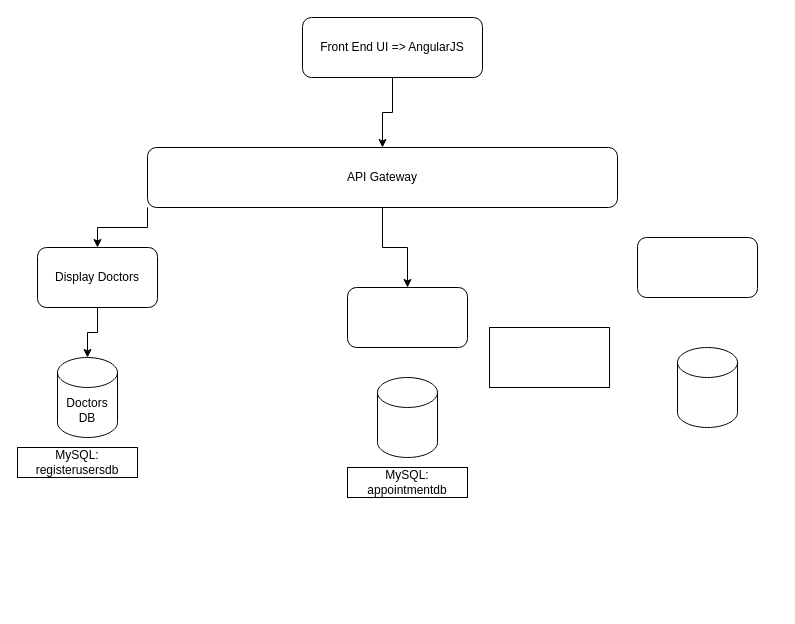
Before: Untitled Diagram.drawio in atheeswaran/Scalable-Services, a draw.io diagram. Source tidied: cells renumbered, new cells numbered last; positions are measured from the earlier drawing's top-left corner, leaving out a move shared by most shapes. Both pictures are drawn from the tidied source at 100%, with x=0, y=0 at pixel (17, 17).
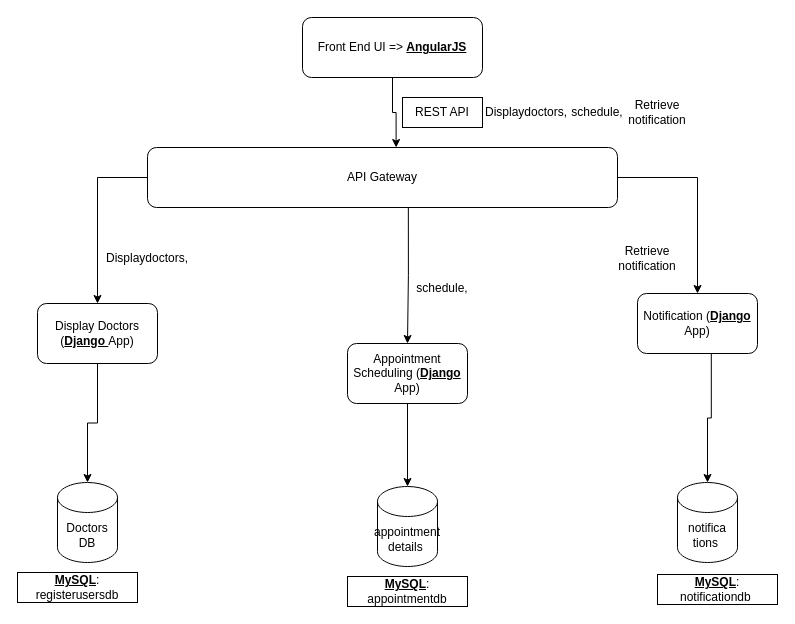
The same page after the edit.

Unchanged cells that the change refers to:
```xml
<mxCell id="7" value="API Gateway" style="rounded=1;whiteSpace=wrap;html=1;" parent="1" vertex="1">
  <mxGeometry x="130" y="130" width="470" height="60" as="geometry" />
</mxCell>
```

What changed in the source:
```diff
@@
-    <mxCell id="3" style="edgeStyle=orthogonalEdgeStyle;rounded=0;jettySize=auto;html=1;" parent="1" edge="1" source="4" target="7">
+    <mxCell id="3" style="edgeStyle=orthogonalEdgeStyle;rounded=0;jettySize=auto;html=1;entryX=0.529;entryY=0;entryDx=0;entryDy=0;entryPerimeter=0;" parent="1" edge="1" source="4" target="7">
       <mxGeometry relative="1" as="geometry" />
     </mxCell>
-    <mxCell id="4" value="Front End UI =&amp;gt; AngularJS" style="rounded=1;whiteSpace=wrap;html=1;" parent="1" vertex="1">
+    <mxCell id="4" value="Front End UI =&amp;gt; &lt;b&gt;&lt;u&gt;AngularJS&lt;/u&gt;&lt;/b&gt;" style="rounded=1;whiteSpace=wrap;html=1;" parent="1" vertex="1">
       <mxGeometry x="285" width="180" height="60" as="geometry" />
     </mxCell>
-    <mxCell id="5" style="edgeStyle=orthogonalEdgeStyle;rounded=0;jettySize=auto;html=1;exitX=0;exitY=1;exitDx=0;exitDy=0;entryX=0.5;entryY=0;entryDx=0;entryDy=0;" parent="1" edge="1" source="7" target="9">
+    <mxCell id="5" style="edgeStyle=orthogonalEdgeStyle;rounded=0;jettySize=auto;html=1;exitX=0;exitY=0.5;exitDx=0;exitDy=0;entryX=0.5;entryY=0;entryDx=0;entryDy=0;" parent="1" edge="1" source="7" target="9">
       <mxGeometry relative="1" as="geometry" />
     </mxCell>
-    <mxCell id="6" style="edgeStyle=orthogonalEdgeStyle;rounded=0;jettySize=auto;html=1;" parent="1" edge="1" source="7" target="10">
+    <mxCell id="6" style="edgeStyle=orthogonalEdgeStyle;rounded=0;jettySize=auto;html=1;exitX=0.555;exitY=0.986;exitDx=0;exitDy=0;exitPerimeter=0;" parent="1" edge="1" source="7" target="10">
       <mxGeometry relative="1" as="geometry" />
     </mxCell>
+    <mxCell id="18" style="edgeStyle=orthogonalEdgeStyle;rounded=0;jettySize=auto;html=1;entryX=0.5;entryY=0;entryDx=0;entryDy=0;" parent="1" edge="1" source="7" target="11">
+      <mxGeometry relative="1" as="geometry" />
+    </mxCell>
@@
-    <mxCell id="9" value="Display Doctors" style="rounded=1;whiteSpace=wrap;html=1;" parent="1" vertex="1">
-      <mxGeometry x="20" y="230" width="120" height="60" as="geometry" />
+    <mxCell id="9" value="Display Doctors (&lt;b&gt;&lt;u&gt;Django &lt;/u&gt;&lt;/b&gt;App)" style="rounded=1;whiteSpace=wrap;html=1;" parent="1" vertex="1">
+      <mxGeometry x="20" y="286" width="120" height="60" as="geometry" />
     </mxCell>
+    <mxCell id="19" style="edgeStyle=orthogonalEdgeStyle;rounded=0;jettySize=auto;html=1;exitX=0.5;exitY=1;exitDx=0;exitDy=0;" parent="1" edge="1" source="10" target="13">
+      <mxGeometry relative="1" as="geometry" />
+    </mxCell>
-    <mxCell id="10" style="rounded=1;whiteSpace=wrap;html=1;" parent="1" vertex="1">
-      <mxGeometry x="330" y="270" width="120" height="60" as="geometry" />
+    <mxCell id="10" value="Appointment Scheduling (&lt;b&gt;&lt;u&gt;Django &lt;/u&gt;&lt;/b&gt;App)" style="rounded=1;whiteSpace=wrap;html=1;" parent="1" vertex="1">
+      <mxGeometry x="330" y="326" width="120" height="60" as="geometry" />
     </mxCell>
+    <mxCell id="20" style="edgeStyle=orthogonalEdgeStyle;rounded=0;jettySize=auto;html=1;exitX=0.615;exitY=0.975;exitDx=0;exitDy=0;exitPerimeter=0;" parent="1" edge="1" source="11" target="14">
+      <mxGeometry relative="1" as="geometry" />
+    </mxCell>
-    <mxCell id="11" style="rounded=1;whiteSpace=wrap;html=1;" parent="1" vertex="1">
-      <mxGeometry x="620" y="220" width="120" height="60" as="geometry" />
+    <mxCell id="11" value="Notification (&lt;b&gt;&lt;u&gt;Django&lt;/u&gt;&lt;/b&gt; App)" style="rounded=1;whiteSpace=wrap;html=1;" parent="1" vertex="1">
+      <mxGeometry x="620" y="276" width="120" height="60" as="geometry" />
     </mxCell>
     <mxCell id="12" value="Doctors DB" style="shape=cylinder3;whiteSpace=wrap;html=1;boundedLbl=1;backgroundOutline=1;size=15;" parent="1" vertex="1">
-      <mxGeometry x="40" y="340" width="60" height="80" as="geometry" />
+      <mxGeometry x="40" y="465" width="60" height="80" as="geometry" />
     </mxCell>
-    <mxCell id="13" style="shape=cylinder3;whiteSpace=wrap;html=1;boundedLbl=1;backgroundOutline=1;size=15;" parent="1" vertex="1">
-      <mxGeometry x="360" y="360" width="60" height="80" as="geometry" />
+    <mxCell id="13" value="appointment details&amp;nbsp;" style="shape=cylinder3;whiteSpace=wrap;html=1;boundedLbl=1;backgroundOutline=1;size=15;" parent="1" vertex="1">
+      <mxGeometry x="360" y="469" width="60" height="80" as="geometry" />
     </mxCell>
-    <mxCell id="14" style="shape=cylinder3;whiteSpace=wrap;html=1;boundedLbl=1;backgroundOutline=1;size=15;" parent="1" vertex="1">
-      <mxGeometry x="660" y="330" width="60" height="80" as="geometry" />
+    <mxCell id="14" value="notifica tions&amp;nbsp;" style="shape=cylinder3;whiteSpace=wrap;html=1;boundedLbl=1;backgroundOutline=1;size=15;" parent="1" vertex="1">
+      <mxGeometry x="660" y="465" width="60" height="80" as="geometry" />
     </mxCell>
-    <mxCell id="15" style="rounded=0;whiteSpace=wrap;html=1;" parent="1" vertex="1">
-      <mxGeometry x="472" y="310" width="120" height="60" as="geometry" />
-    </mxCell>
-    <mxCell id="16" value="MySQL: registerusersdb" style="rounded=0;whiteSpace=wrap;html=1;" parent="1" vertex="1">
-      <mxGeometry y="430" width="120" height="30" as="geometry" />
+    <mxCell id="16" value="&lt;b&gt;&lt;u&gt;MySQL&lt;/u&gt;&lt;/b&gt;: registerusersdb" style="rounded=0;whiteSpace=wrap;html=1;" parent="1" vertex="1">
+      <mxGeometry y="555" width="120" height="30" as="geometry" />
     </mxCell>
-    <mxCell id="17" value="MySQL: appointmentdb" style="rounded=0;whiteSpace=wrap;html=1;" parent="1" vertex="1">
-      <mxGeometry x="330" y="450" width="120" height="30" as="geometry" />
+    <mxCell id="17" value="&lt;b&gt;&lt;u&gt;MySQL&lt;/u&gt;&lt;/b&gt;: appointmentdb" style="rounded=0;whiteSpace=wrap;html=1;" parent="1" vertex="1">
+      <mxGeometry x="330" y="559" width="120" height="30" as="geometry" />
     </mxCell>
+    <mxCell id="21" value="&lt;b&gt;&lt;u&gt;MySQL&lt;/u&gt;&lt;/b&gt;: notificationdb&amp;nbsp;" style="rounded=0;whiteSpace=wrap;html=1;" parent="1" vertex="1">
+      <mxGeometry x="640" y="557" width="120" height="30" as="geometry" />
+    </mxCell>
+    <mxCell id="22" value="REST API" style="rounded=0;whiteSpace=wrap;html=1;" parent="1" vertex="1">
+      <mxGeometry x="385" y="80" width="80" height="30" as="geometry" />
+    </mxCell>
+    <mxCell id="23" value="Displaydoctors," style="text;html=1;strokeColor=none;fillColor=none;align=center;verticalAlign=middle;whiteSpace=wrap;rounded=0;" parent="1" vertex="1">
+      <mxGeometry x="479" y="80" width="60" height="30" as="geometry" />
+    </mxCell>
+    <mxCell id="24" value="schedule," style="text;html=1;strokeColor=none;fillColor=none;align=center;verticalAlign=middle;whiteSpace=wrap;rounded=0;" parent="1" vertex="1">
+      <mxGeometry x="550" y="80" width="60" height="30" as="geometry" />
+    </mxCell>
+    <mxCell id="25" value="Retrieve notification" style="text;html=1;strokeColor=none;fillColor=none;align=center;verticalAlign=middle;whiteSpace=wrap;rounded=0;" parent="1" vertex="1">
+      <mxGeometry x="610" y="80" width="60" height="30" as="geometry" />
+    </mxCell>
+    <mxCell id="26" value="Displaydoctors," style="text;html=1;strokeColor=none;fillColor=none;align=center;verticalAlign=middle;whiteSpace=wrap;rounded=0;" parent="1" vertex="1">
+      <mxGeometry x="100" y="226" width="60" height="30" as="geometry" />
+    </mxCell>
+    <mxCell id="27" value="schedule," style="text;html=1;strokeColor=none;fillColor=none;align=center;verticalAlign=middle;whiteSpace=wrap;rounded=0;" parent="1" vertex="1">
+      <mxGeometry x="395" y="256" width="60" height="30" as="geometry" />
+    </mxCell>
+    <mxCell id="28" value="Retrieve notification" style="text;html=1;strokeColor=none;fillColor=none;align=center;verticalAlign=middle;whiteSpace=wrap;rounded=0;" parent="1" vertex="1">
+      <mxGeometry x="600" y="226" width="60" height="30" as="geometry" />
+    </mxCell>
```
